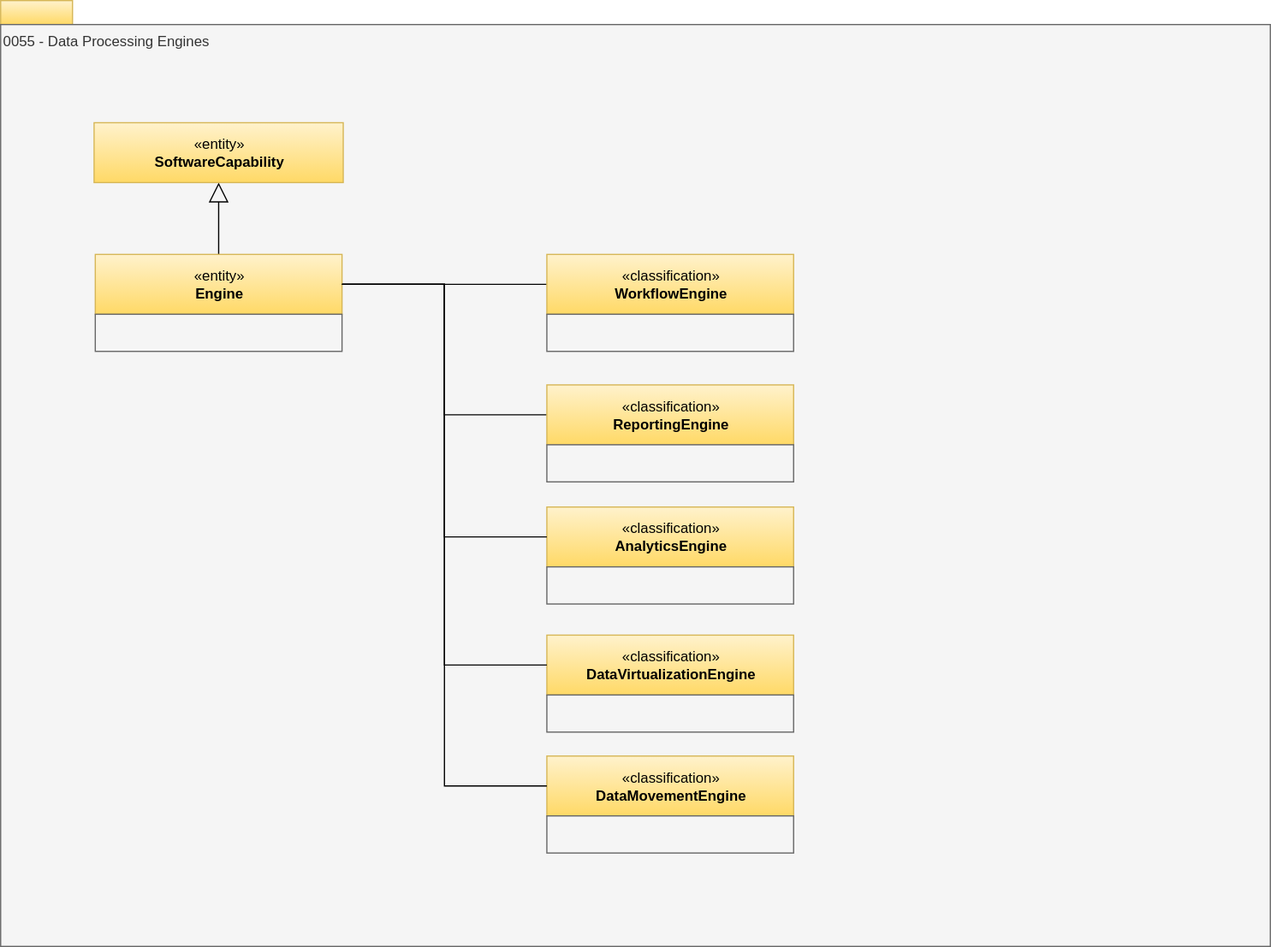
This is site/docs/types/0/0055-Data-Processing-Engines.svg from odpi/egeria-docs, a draw.io export, as it was before one commit. Source tidied: cells renumbered, new cells last; positions are measured from the earlier drawing's top-left corner, leaving out a move shared by most shapes.
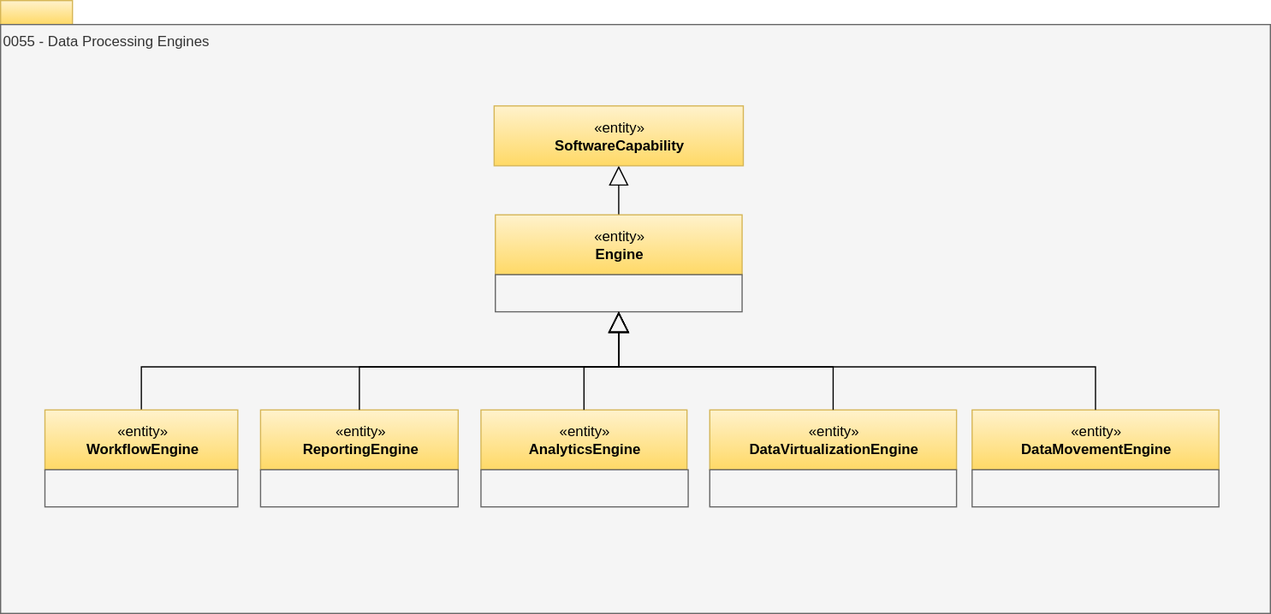
The same diagram one commit later.

The edit, as a diff of the source:
```diff
@@ -6,63 +6,63 @@
       <mxGeometry width="60" height="20" as="geometry" />
     </mxCell>
     <mxCell id="3" value="0055 - Data Processing Engines" style="rounded=0;whiteSpace=wrap;html=1;align=left;verticalAlign=top;fillColor=#f5f5f5;fontColor=#333333;strokeColor=#666666;" parent="1" vertex="1">
-      <mxGeometry y="20" width="1060" height="770" as="geometry" />
+      <mxGeometry y="20" width="1060" height="492" as="geometry" />
     </mxCell>
-    <mxCell id="4" style="edgeStyle=orthogonalEdgeStyle;rounded=0;jettySize=auto;html=1;exitX=0.5;exitY=0;exitDx=0;exitDy=0;endArrow=block;endFill=0;endSize=14;" parent="1" edge="1" source="6" target="8">
+    <mxCell id="4" style="edgeStyle=orthogonalEdgeStyle;rounded=0;jettySize=auto;html=1;exitX=0.5;exitY=0;exitDx=0;exitDy=0;endArrow=block;endFill=0;endSize=14;" parent="1" edge="1" source="5" target="7">
       <mxGeometry relative="1" as="geometry" />
     </mxCell>
-    <mxCell id="5" style="edgeStyle=orthogonalEdgeStyle;rounded=0;jettySize=auto;html=1;exitX=1;exitY=0.5;exitDx=0;exitDy=0;entryX=0;entryY=0.5;entryDx=0;entryDy=0;endArrow=none;endFill=0;" parent="1" edge="1" source="6" target="12">
-      <mxGeometry relative="1" as="geometry" />
+    <mxCell id="5" value="«entity»&lt;br&gt;&lt;b&gt;Engine&lt;/b&gt;" style="html=1;strokeColor=#d6b656;align=center;fillColor=#fff2cc;gradientColor=#ffd966;" parent="1" vertex="1">
+      <mxGeometry x="413" y="179" width="206" height="50" as="geometry" />
     </mxCell>
-    <mxCell id="6" value="«entity»&lt;br&gt;&lt;b&gt;Engine&lt;/b&gt;" style="html=1;strokeColor=#d6b656;align=center;fillColor=#fff2cc;gradientColor=#ffd966;" parent="1" vertex="1">
-      <mxGeometry x="79" y="212" width="206" height="50" as="geometry" />
+    <mxCell id="6" style="rounded=0;whiteSpace=wrap;html=1;strokeColor=#666666;align=center;fillColor=#f5f5f5;fontColor=#333333;" parent="1" vertex="1">
+      <mxGeometry x="413" y="229" width="206" height="31" as="geometry" />
     </mxCell>
-    <mxCell id="7" style="rounded=0;whiteSpace=wrap;html=1;strokeColor=#666666;align=center;fillColor=#f5f5f5;fontColor=#333333;" parent="1" vertex="1">
-      <mxGeometry x="79" y="262" width="206" height="31" as="geometry" />
+    <mxCell id="7" value="«entity»&lt;br&gt;&lt;b&gt;SoftwareCapability&lt;/b&gt;" style="html=1;strokeColor=#d6b656;align=center;fillColor=#fff2cc;gradientColor=#ffd966;" parent="1" vertex="1">
+      <mxGeometry x="412" y="88" width="208" height="50" as="geometry" />
     </mxCell>
-    <mxCell id="8" value="«entity»&lt;br&gt;&lt;b&gt;SoftwareCapability&lt;/b&gt;" style="html=1;strokeColor=#d6b656;align=center;fillColor=#fff2cc;gradientColor=#ffd966;" parent="1" vertex="1">
-      <mxGeometry x="78" y="102" width="208" height="50" as="geometry" />
+    <mxCell id="8" style="edgeStyle=orthogonalEdgeStyle;rounded=0;jettySize=auto;html=1;exitX=0.5;exitY=0;exitDx=0;exitDy=0;entryX=0.5;entryY=1;entryDx=0;entryDy=0;endArrow=block;endFill=0;endSize=15;" parent="1" edge="1" source="9" target="6">
+      <mxGeometry relative="1" as="geometry" />
     </mxCell>
-    <mxCell id="9" style="edgeStyle=orthogonalEdgeStyle;rounded=0;jettySize=auto;html=1;exitX=0;exitY=0.5;exitDx=0;exitDy=0;entryX=1;entryY=0.5;entryDx=0;entryDy=0;endArrow=none;endFill=0;" parent="1" edge="1" source="10" target="6">
-      <mxGeometry relative="1" as="geometry" />
+    <mxCell id="9" value="«entity»&lt;br&gt;&lt;b&gt;WorkflowEngine&lt;/b&gt;" style="html=1;strokeColor=#d6b656;align=center;fillColor=#fff2cc;gradientColor=#ffd966;" parent="1" vertex="1">
+      <mxGeometry x="37" y="342" width="161" height="50" as="geometry" />
     </mxCell>
-    <mxCell id="10" value="«classification»&lt;br&gt;&lt;b&gt;WorkflowEngine&lt;/b&gt;" style="html=1;strokeColor=#d6b656;align=center;fillColor=#fff2cc;gradientColor=#ffd966;" parent="1" vertex="1">
-      <mxGeometry x="456" y="212" width="206" height="50" as="geometry" />
+    <mxCell id="10" style="rounded=0;whiteSpace=wrap;html=1;strokeColor=#666666;align=center;fillColor=#f5f5f5;fontColor=#333333;" parent="1" vertex="1">
+      <mxGeometry x="37" y="392" width="161" height="31" as="geometry" />
     </mxCell>
-    <mxCell id="11" style="rounded=0;whiteSpace=wrap;html=1;strokeColor=#666666;align=center;fillColor=#f5f5f5;fontColor=#333333;" parent="1" vertex="1">
-      <mxGeometry x="456" y="262" width="206" height="31" as="geometry" />
+    <mxCell id="11" value="«entity»&lt;br&gt;&lt;b&gt;ReportingEngine&lt;/b&gt;" style="html=1;strokeColor=#d6b656;align=center;fillColor=#fff2cc;gradientColor=#ffd966;" parent="1" vertex="1">
+      <mxGeometry x="217" y="342" width="165" height="50" as="geometry" />
     </mxCell>
-    <mxCell id="12" value="«classification»&lt;br&gt;&lt;b&gt;ReportingEngine&lt;/b&gt;" style="html=1;strokeColor=#d6b656;align=center;fillColor=#fff2cc;gradientColor=#ffd966;" parent="1" vertex="1">
-      <mxGeometry x="456" y="321" width="206" height="50" as="geometry" />
+    <mxCell id="12" style="rounded=0;whiteSpace=wrap;html=1;strokeColor=#666666;align=center;fillColor=#f5f5f5;fontColor=#333333;" parent="1" vertex="1">
+      <mxGeometry x="217" y="392" width="165" height="31" as="geometry" />
     </mxCell>
-    <mxCell id="13" style="rounded=0;whiteSpace=wrap;html=1;strokeColor=#666666;align=center;fillColor=#f5f5f5;fontColor=#333333;" parent="1" vertex="1">
-      <mxGeometry x="456" y="371" width="206" height="31" as="geometry" />
+    <mxCell id="13" value="«entity»&lt;br&gt;&lt;b&gt;AnalyticsEngine&lt;/b&gt;" style="html=1;strokeColor=#d6b656;align=center;fillColor=#fff2cc;gradientColor=#ffd966;" parent="1" vertex="1">
+      <mxGeometry x="401" y="342" width="172" height="50" as="geometry" />
     </mxCell>
-    <mxCell id="14" value="«classification»&lt;br&gt;&lt;b&gt;AnalyticsEngine&lt;/b&gt;" style="html=1;strokeColor=#d6b656;align=center;fillColor=#fff2cc;gradientColor=#ffd966;" parent="1" vertex="1">
-      <mxGeometry x="456" y="423" width="206" height="50" as="geometry" />
+    <mxCell id="14" style="rounded=0;whiteSpace=wrap;html=1;strokeColor=#666666;align=center;fillColor=#f5f5f5;fontColor=#333333;" parent="1" vertex="1">
+      <mxGeometry x="401" y="392" width="173" height="31" as="geometry" />
     </mxCell>
-    <mxCell id="15" style="rounded=0;whiteSpace=wrap;html=1;strokeColor=#666666;align=center;fillColor=#f5f5f5;fontColor=#333333;" parent="1" vertex="1">
-      <mxGeometry x="456" y="473" width="206" height="31" as="geometry" />
+    <mxCell id="15" value="«entity»&lt;br&gt;&lt;b&gt;DataVirtualizationEngine&lt;/b&gt;" style="html=1;strokeColor=#d6b656;align=center;fillColor=#fff2cc;gradientColor=#ffd966;" parent="1" vertex="1">
+      <mxGeometry x="592" y="342" width="206" height="50" as="geometry" />
     </mxCell>
-    <mxCell id="16" value="«classification»&lt;br&gt;&lt;b&gt;DataVirtualizationEngine&lt;/b&gt;" style="html=1;strokeColor=#d6b656;align=center;fillColor=#fff2cc;gradientColor=#ffd966;" parent="1" vertex="1">
-      <mxGeometry x="456" y="530" width="206" height="50" as="geometry" />
+    <mxCell id="16" style="rounded=0;whiteSpace=wrap;html=1;strokeColor=#666666;align=center;fillColor=#f5f5f5;fontColor=#333333;" parent="1" vertex="1">
+      <mxGeometry x="592" y="392" width="206" height="31" as="geometry" />
     </mxCell>
-    <mxCell id="17" style="rounded=0;whiteSpace=wrap;html=1;strokeColor=#666666;align=center;fillColor=#f5f5f5;fontColor=#333333;" parent="1" vertex="1">
-      <mxGeometry x="456" y="580" width="206" height="31" as="geometry" />
+    <mxCell id="17" value="«entity»&lt;br&gt;&lt;b&gt;DataMovementEngine&lt;/b&gt;" style="html=1;strokeColor=#d6b656;align=center;fillColor=#fff2cc;gradientColor=#ffd966;" parent="1" vertex="1">
+      <mxGeometry x="811" y="342" width="206" height="50" as="geometry" />
     </mxCell>
-    <mxCell id="18" value="«classification»&lt;br&gt;&lt;b&gt;DataMovementEngine&lt;/b&gt;" style="html=1;strokeColor=#d6b656;align=center;fillColor=#fff2cc;gradientColor=#ffd966;" parent="1" vertex="1">
-      <mxGeometry x="456" y="631" width="206" height="50" as="geometry" />
+    <mxCell id="18" style="rounded=0;whiteSpace=wrap;html=1;strokeColor=#666666;align=center;fillColor=#f5f5f5;fontColor=#333333;" parent="1" vertex="1">
+      <mxGeometry x="811" y="392" width="206" height="31" as="geometry" />
     </mxCell>
-    <mxCell id="19" style="rounded=0;whiteSpace=wrap;html=1;strokeColor=#666666;align=center;fillColor=#f5f5f5;fontColor=#333333;" parent="1" vertex="1">
-      <mxGeometry x="456" y="681" width="206" height="31" as="geometry" />
+    <mxCell id="19" style="edgeStyle=orthogonalEdgeStyle;rounded=0;jettySize=auto;html=1;exitX=0.5;exitY=0;exitDx=0;exitDy=0;endArrow=block;endFill=0;endSize=15;entryX=0.5;entryY=1;entryDx=0;entryDy=0;" parent="1" edge="1" source="11" target="6">
+      <mxGeometry relative="1" as="geometry" />
     </mxCell>
-    <mxCell id="20" style="edgeStyle=orthogonalEdgeStyle;rounded=0;jettySize=auto;html=1;exitX=1;exitY=0.5;exitDx=0;exitDy=0;entryX=0;entryY=0.5;entryDx=0;entryDy=0;endArrow=none;endFill=0;" parent="1" edge="1" source="6" target="14">
+    <mxCell id="20" style="edgeStyle=orthogonalEdgeStyle;rounded=0;jettySize=auto;html=1;exitX=0.5;exitY=0;exitDx=0;exitDy=0;entryX=0.5;entryY=1;entryDx=0;entryDy=0;endArrow=block;endFill=0;endSize=15;" parent="1" edge="1" source="13" target="6">
       <mxGeometry relative="1" as="geometry" />
     </mxCell>
-    <mxCell id="21" style="edgeStyle=orthogonalEdgeStyle;rounded=0;jettySize=auto;html=1;exitX=1;exitY=0.5;exitDx=0;exitDy=0;entryX=0;entryY=0.5;entryDx=0;entryDy=0;endArrow=none;endFill=0;" parent="1" edge="1" source="6" target="16">
+    <mxCell id="21" style="edgeStyle=orthogonalEdgeStyle;rounded=0;jettySize=auto;html=1;exitX=0.5;exitY=0;exitDx=0;exitDy=0;entryX=0.5;entryY=1;entryDx=0;entryDy=0;endArrow=block;endFill=0;endSize=15;" parent="1" edge="1" source="15" target="6">
       <mxGeometry relative="1" as="geometry" />
     </mxCell>
-    <mxCell id="22" style="edgeStyle=orthogonalEdgeStyle;rounded=0;jettySize=auto;html=1;exitX=1;exitY=0.5;exitDx=0;exitDy=0;entryX=0;entryY=0.5;entryDx=0;entryDy=0;endArrow=none;endFill=0;" parent="1" edge="1" source="6" target="18">
+    <mxCell id="22" style="edgeStyle=orthogonalEdgeStyle;rounded=0;jettySize=auto;html=1;exitX=0.5;exitY=0;exitDx=0;exitDy=0;entryX=0.5;entryY=1;entryDx=0;entryDy=0;endArrow=block;endFill=0;endSize=15;" parent="1" edge="1" source="17" target="6">
       <mxGeometry relative="1" as="geometry" />
     </mxCell>
   </root>
```
